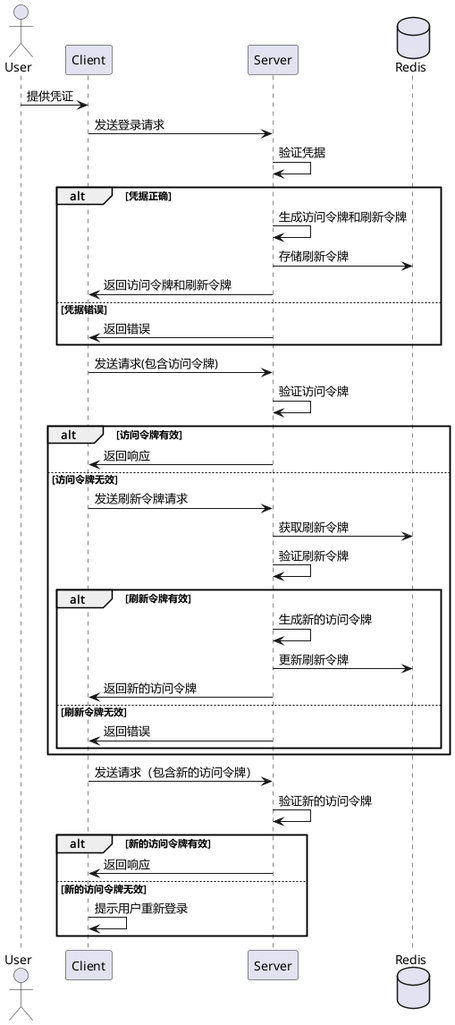
This is img/登录图.png from apple115/discord-clone, a PlantUML export, as it was before one commit.
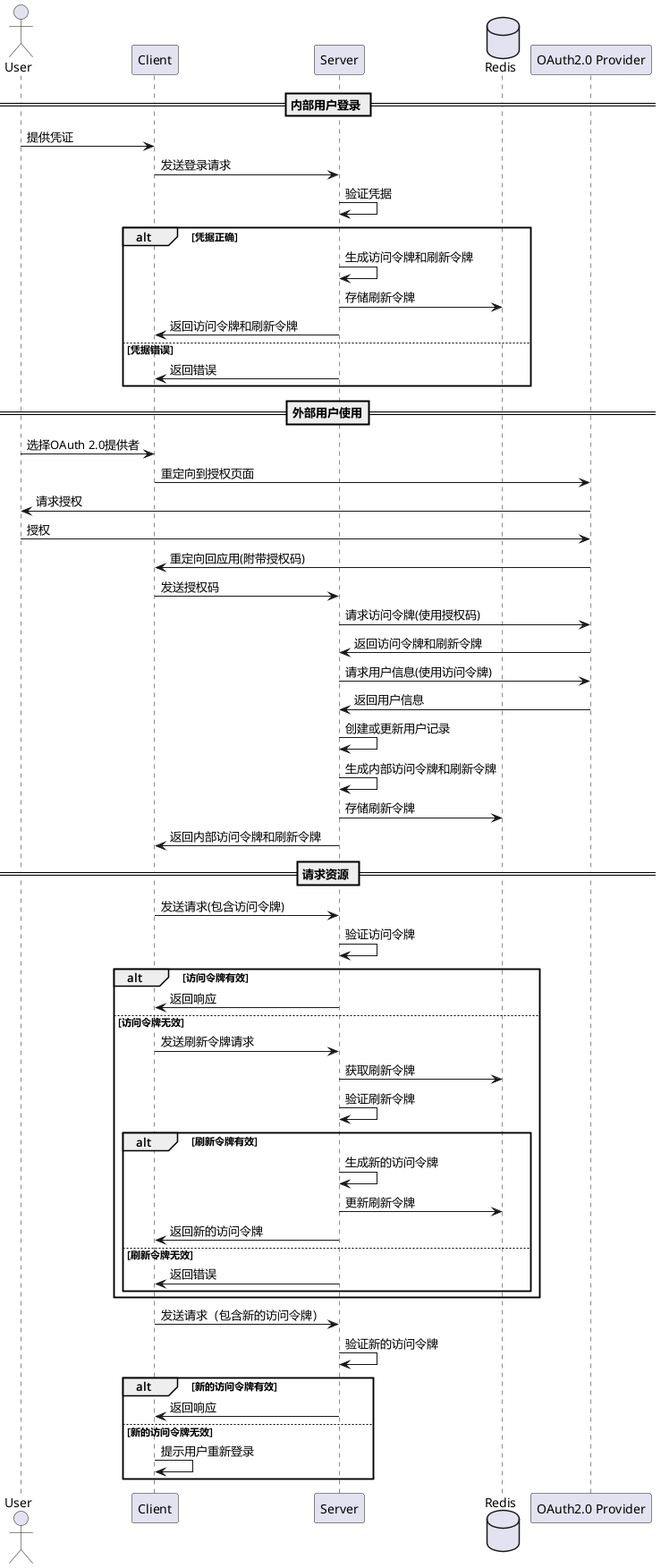
Above is the later version.

Commit message:
docs: 更新登录的图

Change to the diagram source:
```diff
@@ -3,7 +3,9 @@
 participant "Client" as Client
 participant "Server" as Server
 database "Redis" as Redis
+participant "OAuth2.0 Provider" as OAuthProvider
 
+== 内部用户登录 ==
 User -> Client: 提供凭证
 Client -> Server: 发送登录请求
 Server -> Server: 验证凭据
@@ -14,6 +16,23 @@
 else 凭据错误
     Server -> Client: 返回错误
 end
+
+== 外部用户使用==
+User -> Client: 选择OAuth 2.0提供者
+Client -> OAuthProvider: 重定向到授权页面
+OAuthProvider -> User: 请求授权
+User -> OAuthProvider: 授权
+OAuthProvider -> Client: 重定向回应用(附带授权码)
+Client -> Server: 发送授权码
+Server -> OAuthProvider: 请求访问令牌(使用授权码)
+OAuthProvider -> Server: 返回访问令牌和刷新令牌
+Server -> OAuthProvider: 请求用户信息(使用访问令牌)
+OAuthProvider -> Server: 返回用户信息
+Server -> Server: 创建或更新用户记录
+Server -> Server: 生成内部访问令牌和刷新令牌
+Server -> Redis: 存储刷新令牌
+Server -> Client: 返回内部访问令牌和刷新令牌
+== 请求资源 ==
 
 Client -> Server: 发送请求(包含访问令牌)
 Server -> Server: 验证访问令牌
```
